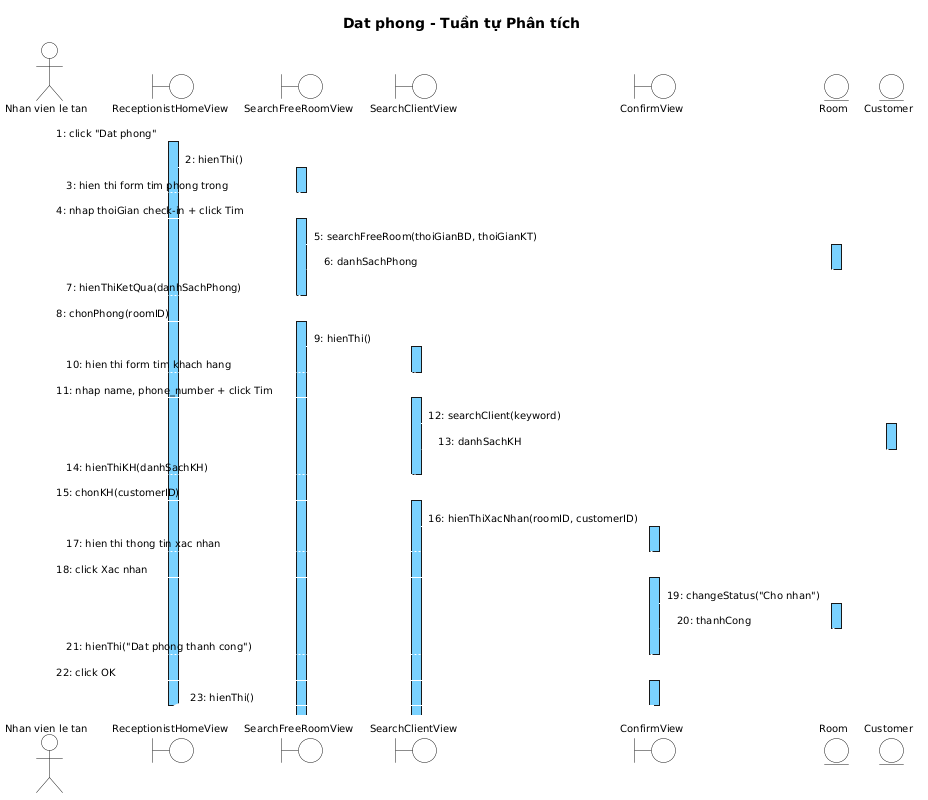
thanhtrnnn/cnpm keeps this PlantUML diagram as output/diagrams/booking_aseq_datphong.png. Above is the earlier version.
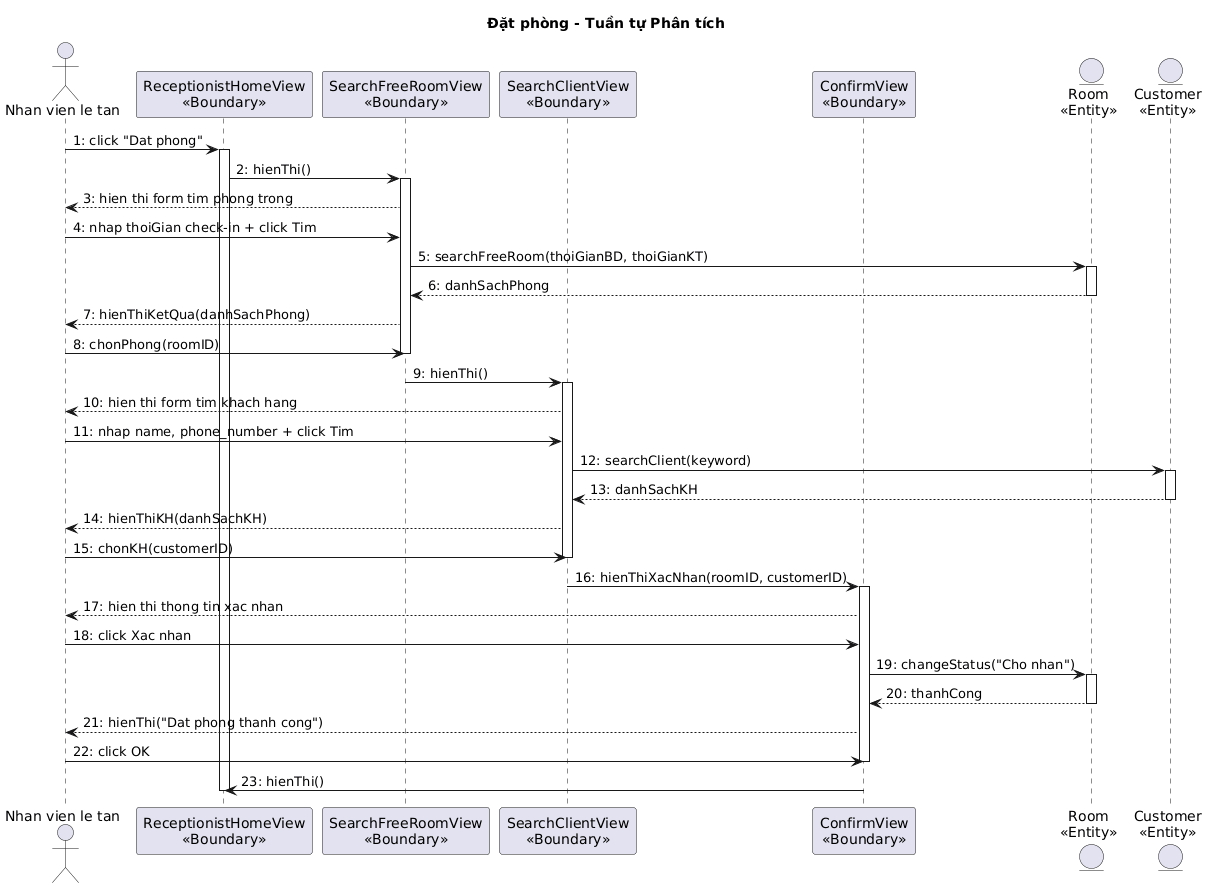
After the change.

What changed in the source:
```diff
@@ -1,87 +1,49 @@
 @startuml
-skinparam shadowing false
-skinparam SequenceMessageAlign left
-skinparam SequenceLifeLineBackgroundColor #7AD2FF
-skinparam SequenceLifeLineBorderColor #000000
-
-<style>
-sequenceDiagram {
-  Shadowing 0
-  RoundCorner 0
-  FontName "Arial"
-  FontSize 10
-  FontColor #000000
-  participant { BackgroundColor #7AD2FF LineColor #000000 LineThickness 1 }
-  actor { BackgroundColor transparent LineColor #000000 }
-  boundary { BackgroundColor #7AD2FF LineColor #000000 }
-  control { BackgroundColor #7AD2FF LineColor #000000 }
-  entity { BackgroundColor #7AD2FF LineColor #000000 }
-  lifeline { LineColor #000000 LineStyle 5-5 }
-  arrow { LineColor #000000 LineThickness 1 FontSize 10 }
-}
-</style>
-
-title Dat phong - Tuần tự Phân tích
+title Đặt phòng - Tuần tự Phân tích
 
 actor "Nhan vien le tan" as NV
-boundary ReceptionistHomeView
-boundary SearchFreeRoomView
-boundary SearchClientView
-boundary ConfirmView
-entity Room
-entity Customer
+participant "ReceptionistHomeView\n<<Boundary>>" as Home
+participant "SearchFreeRoomView\n<<Boundary>>" as SearchRoom
+participant "SearchClientView\n<<Boundary>>" as SearchClient
+participant "ConfirmView\n<<Boundary>>" as Confirm
+entity "Room\n<<Entity>>" as Room
+entity "Customer\n<<Entity>>" as Cust
 
-NV -> ReceptionistHomeView : 1: click "Dat phong"
-activate ReceptionistHomeView
-ReceptionistHomeView -> SearchFreeRoomView : 2: hienThi()
-activate SearchFreeRoomView
-SearchFreeRoomView --> NV : 3: hien thi form tim phong trong
-deactivate SearchFreeRoomView
-
-NV -> SearchFreeRoomView : 4: nhap thoiGian check-in + click Tim
-activate SearchFreeRoomView
-SearchFreeRoomView -> Room : 5: searchFreeRoom(thoiGianBD, thoiGianKT)
+NV -> Home : 1: click "Dat phong"
+activate Home
+Home -> SearchRoom : 2: hienThi()
+activate SearchRoom
+SearchRoom --> NV : 3: hien thi form tim phong trong
+NV -> SearchRoom : 4: nhap thoiGian check-in + click Tim
+SearchRoom -> Room : 5: searchFreeRoom(thoiGianBD, thoiGianKT)
 activate Room
-Room --> SearchFreeRoomView : 6: danhSachPhong
+Room --> SearchRoom : 6: danhSachPhong
 deactivate Room
-SearchFreeRoomView --> NV : 7: hienThiKetQua(danhSachPhong)
-deactivate SearchFreeRoomView
-
-NV -> SearchFreeRoomView : 8: chonPhong(roomID)
-activate SearchFreeRoomView
-SearchFreeRoomView -> SearchClientView : 9: hienThi()
-activate SearchClientView
-SearchClientView --> NV : 10: hien thi form tim khach hang
-deactivate SearchClientView
-
-NV -> SearchClientView : 11: nhap name, phone_number + click Tim
-activate SearchClientView
-SearchClientView -> Customer : 12: searchClient(keyword)
-activate Customer
-Customer --> SearchClientView : 13: danhSachKH
-deactivate Customer
-SearchClientView --> NV : 14: hienThiKH(danhSachKH)
-deactivate SearchClientView
-
-NV -> SearchClientView : 15: chonKH(customerID)
-activate SearchClientView
-SearchClientView -> ConfirmView : 16: hienThiXacNhan(roomID, customerID)
-activate ConfirmView
-ConfirmView --> NV : 17: hien thi thong tin xac nhan
-deactivate ConfirmView
-
-NV -> ConfirmView : 18: click Xac nhan
-activate ConfirmView
-ConfirmView -> Room : 19: changeStatus("Cho nhan")
+SearchRoom --> NV : 7: hienThiKetQua(danhSachPhong)
+NV -> SearchRoom : 8: chonPhong(roomID)
+deactivate SearchRoom
+SearchRoom -> SearchClient : 9: hienThi()
+activate SearchClient
+SearchClient --> NV : 10: hien thi form tim khach hang
+NV -> SearchClient : 11: nhap name, phone_number + click Tim
+SearchClient -> Cust : 12: searchClient(keyword)
+activate Cust
+Cust --> SearchClient : 13: danhSachKH
+deactivate Cust
+SearchClient --> NV : 14: hienThiKH(danhSachKH)
+NV -> SearchClient : 15: chonKH(customerID)
+deactivate SearchClient
+SearchClient -> Confirm : 16: hienThiXacNhan(roomID, customerID)
+activate Confirm
+Confirm --> NV : 17: hien thi thong tin xac nhan
+NV -> Confirm : 18: click Xac nhan
+Confirm -> Room : 19: changeStatus("Cho nhan")
 activate Room
-Room --> ConfirmView : 20: thanhCong
+Room --> Confirm : 20: thanhCong
 deactivate Room
-ConfirmView --> NV : 21: hienThi("Dat phong thanh cong")
-deactivate ConfirmView
-
-NV -> ConfirmView : 22: click OK
-activate ConfirmView
-ConfirmView -> ReceptionistHomeView : 23: hienThi()
-deactivate ConfirmView
-deactivate ReceptionistHomeView
+Confirm --> NV : 21: hienThi("Dat phong thanh cong")
+NV -> Confirm : 22: click OK
+deactivate Confirm
+Confirm -> Home : 23: hienThi()
+deactivate Home
 @enduml
```
